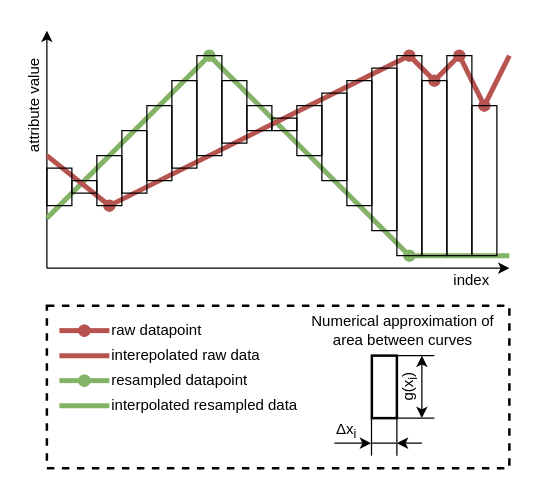
This is Riemann squared.drawio from AndrzejTunkiel/Tape, a draw.io file, before an edit. Source tidied: cells renumbered, new cells numbered last; positions are measured from the earlier drawing's top-left corner, leaving out a move shared by most shapes. Both pictures are drawn from the tidied source at 125%, with x=0, y=0 at pixel (-16, 30).
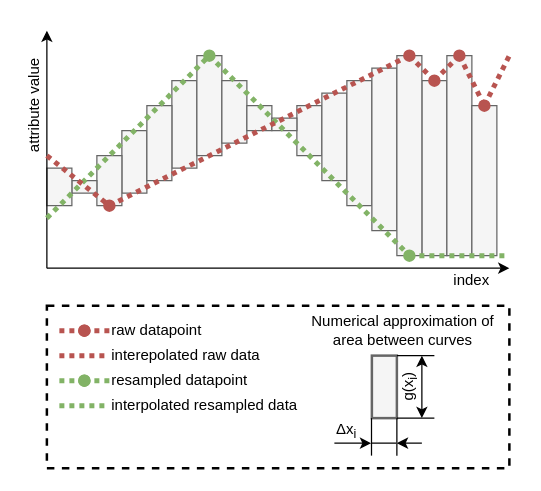
The same page after the edit.

What changed in the source:
```diff
@@
-    <mxCell id="2" style="rounded=0;whiteSpace=wrap;html=1;strokeWidth=2;fillColor=none;align=left;dashed=1;" parent="1" vertex="1">
-      <mxGeometry x="50" y="220" width="370" height="130" as="geometry" />
-    </mxCell>
-    <mxCell id="3" style="endArrow=classic;html=1;" parent="1" edge="1">
-      <mxGeometry relative="1" as="geometry">
-        <mxPoint x="50" y="190" as="sourcePoint" />
-        <mxPoint x="420" y="190" as="targetPoint" />
-      </mxGeometry>
-    </mxCell>
-    <mxCell id="4" style="endArrow=classic;html=1;" parent="1" edge="1">
-      <mxGeometry relative="1" as="geometry">
-        <mxPoint x="50" y="190" as="sourcePoint" />
-        <mxPoint x="50" as="targetPoint" />
-      </mxGeometry>
-    </mxCell>
-    <mxCell id="5" style="endArrow=oval;html=1;fillColor=#d5e8d4;strokeColor=#82b366;endFill=1;strokeWidth=4;" parent="1" edge="1">
-      <mxGeometry relative="1" as="geometry">
-        <mxPoint x="50" y="150" as="sourcePoint" />
-        <mxPoint x="180" y="20" as="targetPoint" />
-      </mxGeometry>
-    </mxCell>
-    <mxCell id="6" style="endArrow=oval;html=1;fillColor=#d5e8d4;strokeColor=#82b366;endFill=1;strokeWidth=4;" parent="1" edge="1">
-      <mxGeometry relative="1" as="geometry">
-        <mxPoint x="180" y="20" as="sourcePoint" />
-        <mxPoint x="340" y="180" as="targetPoint" />
-      </mxGeometry>
-    </mxCell>
-    <mxCell id="7" style="endArrow=oval;html=1;fillColor=#f8cecc;strokeColor=#b85450;endFill=1;strokeWidth=4;" parent="1" edge="1">
-      <mxGeometry relative="1" as="geometry">
-        <mxPoint x="50" y="100" as="sourcePoint" />
-        <mxPoint x="100" y="140" as="targetPoint" />
-      </mxGeometry>
-    </mxCell>
-    <mxCell id="8" style="endArrow=oval;html=1;fillColor=#f8cecc;strokeColor=#b85450;endFill=1;strokeWidth=4;" parent="1" edge="1">
-      <mxGeometry relative="1" as="geometry">
-        <mxPoint x="100" y="140" as="sourcePoint" />
-        <mxPoint x="340" y="20" as="targetPoint" />
-      </mxGeometry>
-    </mxCell>
-    <mxCell id="9" style="endArrow=none;html=1;fillColor=#d5e8d4;strokeColor=#82b366;endFill=0;exitX=0.5;exitY=1;exitDx=0;exitDy=0;strokeWidth=4;" parent="1" edge="1" source="28">
-      <mxGeometry relative="1" as="geometry">
-        <mxPoint x="420" y="180" as="targetPoint" />
-      </mxGeometry>
-    </mxCell>
-    <mxCell id="10" style="endArrow=oval;html=1;fillColor=#f8cecc;strokeColor=#b85450;endFill=1;strokeWidth=4;" parent="1" edge="1">
-      <mxGeometry relative="1" as="geometry">
-        <mxPoint x="340" y="20" as="sourcePoint" />
-        <mxPoint x="360" y="40" as="targetPoint" />
-      </mxGeometry>
-    </mxCell>
-    <mxCell id="11" style="endArrow=oval;html=1;fillColor=#f8cecc;strokeColor=#b85450;endFill=1;strokeWidth=4;" parent="1" edge="1">
-      <mxGeometry relative="1" as="geometry">
-        <mxPoint x="360" y="40" as="sourcePoint" />
-        <mxPoint x="380" y="20" as="targetPoint" />
-      </mxGeometry>
-    </mxCell>
-    <mxCell id="12" style="endArrow=oval;html=1;fillColor=#f8cecc;strokeColor=#b85450;endFill=1;strokeWidth=4;" parent="1" edge="1">
-      <mxGeometry relative="1" as="geometry">
-        <mxPoint x="380" y="20" as="sourcePoint" />
-        <mxPoint x="400" y="60" as="targetPoint" />
-      </mxGeometry>
-    </mxCell>
-    <mxCell id="13" style="endArrow=none;html=1;fillColor=#f8cecc;strokeColor=#b85450;endFill=0;strokeWidth=4;" parent="1" edge="1">
-      <mxGeometry relative="1" as="geometry">
-        <mxPoint x="400" y="60" as="sourcePoint" />
-        <mxPoint x="420" y="20" as="targetPoint" />
-      </mxGeometry>
-    </mxCell>
-    <mxCell id="14" style="rounded=0;whiteSpace=wrap;html=1;fillColor=none;" parent="1" vertex="1">
+    <mxCell id="14" style="rounded=0;whiteSpace=wrap;html=1;fillColor=#f5f5f5;strokeColor=#666666;fontColor=#333333;" parent="1" vertex="1">
       <mxGeometry x="150" y="40" width="20" height="70" as="geometry" />
     </mxCell>
-    <mxCell id="15" style="rounded=0;whiteSpace=wrap;html=1;fillColor=none;" parent="1" vertex="1">
+    <mxCell id="15" style="rounded=0;whiteSpace=wrap;html=1;fillColor=#f5f5f5;strokeColor=#666666;fontColor=#333333;" parent="1" vertex="1">
       <mxGeometry x="170" y="20" width="20" height="80" as="geometry" />
     </mxCell>
-    <mxCell id="16" style="rounded=0;whiteSpace=wrap;html=1;fillColor=none;" parent="1" vertex="1">
+    <mxCell id="16" style="rounded=0;whiteSpace=wrap;html=1;fillColor=#f5f5f5;strokeColor=#666666;fontColor=#333333;" parent="1" vertex="1">
       <mxGeometry x="350" y="40" width="20" height="140" as="geometry" />
     </mxCell>
-    <mxCell id="17" style="rounded=0;whiteSpace=wrap;html=1;fillColor=none;" parent="1" vertex="1">
+    <mxCell id="17" style="rounded=0;whiteSpace=wrap;html=1;fillColor=#f5f5f5;strokeColor=#666666;fontColor=#333333;" parent="1" vertex="1">
       <mxGeometry x="370" y="20" width="20" height="160" as="geometry" />
     </mxCell>
-    <mxCell id="18" style="rounded=0;whiteSpace=wrap;html=1;fillColor=none;" parent="1" vertex="1">
+    <mxCell id="18" style="rounded=0;whiteSpace=wrap;html=1;fillColor=#f5f5f5;strokeColor=#666666;fontColor=#333333;" parent="1" vertex="1">
       <mxGeometry x="390" y="60" width="20" height="120" as="geometry" />
     </mxCell>
-    <mxCell id="19" style="rounded=0;whiteSpace=wrap;html=1;fillColor=none;" parent="1" vertex="1">
+    <mxCell id="19" style="rounded=0;whiteSpace=wrap;html=1;fillColor=#f5f5f5;strokeColor=#666666;fontColor=#333333;" parent="1" vertex="1">
       <mxGeometry x="110" y="80" width="20" height="50" as="geometry" />
     </mxCell>
-    <mxCell id="20" style="rounded=0;whiteSpace=wrap;html=1;fillColor=none;" parent="1" vertex="1">
+    <mxCell id="20" style="rounded=0;whiteSpace=wrap;html=1;fillColor=#f5f5f5;strokeColor=#666666;fontColor=#333333;" parent="1" vertex="1">
       <mxGeometry x="90" y="100" width="20" height="40" as="geometry" />
     </mxCell>
-    <mxCell id="21" style="rounded=0;whiteSpace=wrap;html=1;fillColor=none;" parent="1" vertex="1">
+    <mxCell id="21" style="rounded=0;whiteSpace=wrap;html=1;fillColor=#f5f5f5;strokeColor=#666666;fontColor=#333333;" parent="1" vertex="1">
       <mxGeometry x="130" y="60" width="20" height="60" as="geometry" />
     </mxCell>
-    <mxCell id="22" style="rounded=0;whiteSpace=wrap;html=1;fillColor=none;" parent="1" vertex="1">
+    <mxCell id="22" style="rounded=0;whiteSpace=wrap;html=1;fillColor=#f5f5f5;strokeColor=#666666;fontColor=#333333;" parent="1" vertex="1">
       <mxGeometry x="190" y="40" width="20" height="50" as="geometry" />
     </mxCell>
-    <mxCell id="23" style="rounded=0;whiteSpace=wrap;html=1;fillColor=none;" parent="1" vertex="1">
+    <mxCell id="23" style="rounded=0;whiteSpace=wrap;html=1;fillColor=#f5f5f5;strokeColor=#666666;fontColor=#333333;" parent="1" vertex="1">
       <mxGeometry x="210" y="60" width="20" height="20" as="geometry" />
     </mxCell>
-    <mxCell id="24" style="rounded=0;whiteSpace=wrap;html=1;fillColor=none;" parent="1" vertex="1">
+    <mxCell id="24" style="rounded=0;whiteSpace=wrap;html=1;fillColor=#f5f5f5;strokeColor=#666666;fontColor=#333333;" parent="1" vertex="1">
       <mxGeometry x="250" y="60" width="20" height="40" as="geometry" />
     </mxCell>
-    <mxCell id="25" style="rounded=0;whiteSpace=wrap;html=1;fillColor=none;" parent="1" vertex="1">
+    <mxCell id="25" style="rounded=0;whiteSpace=wrap;html=1;fillColor=#f5f5f5;strokeColor=#666666;fontColor=#333333;" parent="1" vertex="1">
       <mxGeometry x="270" y="50" width="20" height="70" as="geometry" />
     </mxCell>
-    <mxCell id="26" style="rounded=0;whiteSpace=wrap;html=1;fillColor=none;" parent="1" vertex="1">
+    <mxCell id="26" style="rounded=0;whiteSpace=wrap;html=1;fillColor=#f5f5f5;strokeColor=#666666;fontColor=#333333;" parent="1" vertex="1">
       <mxGeometry x="290" y="40" width="20" height="100" as="geometry" />
     </mxCell>
-    <mxCell id="27" style="rounded=0;whiteSpace=wrap;html=1;fillColor=none;" parent="1" vertex="1">
+    <mxCell id="27" style="rounded=0;whiteSpace=wrap;html=1;fillColor=#f5f5f5;strokeColor=#666666;fontColor=#333333;" parent="1" vertex="1">
       <mxGeometry x="310" y="30" width="20" height="130" as="geometry" />
     </mxCell>
-    <mxCell id="28" style="rounded=0;whiteSpace=wrap;html=1;fillColor=none;" parent="1" vertex="1">
+    <mxCell id="28" style="rounded=0;whiteSpace=wrap;html=1;fillColor=#f5f5f5;strokeColor=#666666;fontColor=#333333;" parent="1" vertex="1">
       <mxGeometry x="330" y="20" width="20" height="160" as="geometry" />
     </mxCell>
-    <mxCell id="29" style="rounded=0;whiteSpace=wrap;html=1;fillColor=none;" parent="1" vertex="1">
+    <mxCell id="29" style="rounded=0;whiteSpace=wrap;html=1;fillColor=#f5f5f5;strokeColor=#666666;fontColor=#333333;" parent="1" vertex="1">
       <mxGeometry x="70" y="120" width="20" height="10" as="geometry" />
     </mxCell>
-    <mxCell id="30" style="rounded=0;whiteSpace=wrap;html=1;fillColor=none;" parent="1" vertex="1">
+    <mxCell id="30" style="rounded=0;whiteSpace=wrap;html=1;fillColor=#f5f5f5;strokeColor=#666666;fontColor=#333333;" parent="1" vertex="1">
       <mxGeometry x="50" y="110" width="20" height="30" as="geometry" />
     </mxCell>
-    <mxCell id="31" style="rounded=0;whiteSpace=wrap;html=1;fillColor=none;" parent="1" vertex="1">
+    <mxCell id="31" style="rounded=0;whiteSpace=wrap;html=1;fillColor=#f5f5f5;strokeColor=#666666;fontColor=#333333;" parent="1" vertex="1">
       <mxGeometry x="230" y="70" width="20" height="10" as="geometry" />
     </mxCell>
+    <mxCell id="2" style="rounded=0;whiteSpace=wrap;html=1;strokeWidth=2;fillColor=none;align=left;dashed=1;" parent="1" vertex="1">
+      <mxGeometry x="50" y="220" width="370" height="130" as="geometry" />
+    </mxCell>
+    <mxCell id="3" style="endArrow=classic;html=1;" parent="1" edge="1">
+      <mxGeometry relative="1" as="geometry">
+        <mxPoint x="50" y="190" as="sourcePoint" />
+        <mxPoint x="420" y="190" as="targetPoint" />
+      </mxGeometry>
+    </mxCell>
+    <mxCell id="4" style="endArrow=classic;html=1;" parent="1" edge="1">
+      <mxGeometry relative="1" as="geometry">
+        <mxPoint x="50" y="190" as="sourcePoint" />
+        <mxPoint x="50" as="targetPoint" />
+      </mxGeometry>
+    </mxCell>
+    <mxCell id="5" style="endArrow=oval;html=1;fillColor=#d5e8d4;strokeColor=#82b366;endFill=1;strokeWidth=4;dashed=1;dashPattern=1 1;" parent="1" edge="1">
+      <mxGeometry relative="1" as="geometry">
+        <mxPoint x="50" y="150" as="sourcePoint" />
+        <mxPoint x="180" y="20" as="targetPoint" />
+      </mxGeometry>
+    </mxCell>
+    <mxCell id="6" style="endArrow=oval;html=1;fillColor=#d5e8d4;strokeColor=#82b366;endFill=1;strokeWidth=4;dashed=1;dashPattern=1 1;" parent="1" edge="1">
+      <mxGeometry relative="1" as="geometry">
+        <mxPoint x="180" y="20" as="sourcePoint" />
+        <mxPoint x="340" y="180" as="targetPoint" />
+      </mxGeometry>
+    </mxCell>
+    <mxCell id="7" style="endArrow=oval;html=1;fillColor=#f8cecc;strokeColor=#b85450;endFill=1;strokeWidth=4;dashed=1;dashPattern=1 1;" parent="1" edge="1">
+      <mxGeometry relative="1" as="geometry">
+        <mxPoint x="50" y="100" as="sourcePoint" />
+        <mxPoint x="100" y="140" as="targetPoint" />
+      </mxGeometry>
+    </mxCell>
+    <mxCell id="8" style="endArrow=oval;html=1;fillColor=#f8cecc;strokeColor=#b85450;endFill=1;strokeWidth=4;dashed=1;dashPattern=1 1;" parent="1" edge="1">
+      <mxGeometry relative="1" as="geometry">
+        <mxPoint x="100" y="140" as="sourcePoint" />
+        <mxPoint x="340" y="20" as="targetPoint" />
+      </mxGeometry>
+    </mxCell>
+    <mxCell id="9" style="endArrow=none;html=1;fillColor=#d5e8d4;strokeColor=#82b366;endFill=0;exitX=0.5;exitY=1;exitDx=0;exitDy=0;strokeWidth=4;dashed=1;dashPattern=1 1;" parent="1" edge="1" source="28">
+      <mxGeometry relative="1" as="geometry">
+        <mxPoint x="420" y="180" as="targetPoint" />
+      </mxGeometry>
+    </mxCell>
+    <mxCell id="10" style="endArrow=oval;html=1;fillColor=#f8cecc;strokeColor=#b85450;endFill=1;strokeWidth=4;dashed=1;dashPattern=1 1;" parent="1" edge="1">
+      <mxGeometry relative="1" as="geometry">
+        <mxPoint x="340" y="20" as="sourcePoint" />
+        <mxPoint x="360" y="40" as="targetPoint" />
+      </mxGeometry>
+    </mxCell>
+    <mxCell id="11" style="endArrow=oval;html=1;fillColor=#f8cecc;strokeColor=#b85450;endFill=1;strokeWidth=4;dashed=1;dashPattern=1 1;" parent="1" edge="1">
+      <mxGeometry relative="1" as="geometry">
+        <mxPoint x="360" y="40" as="sourcePoint" />
+        <mxPoint x="380" y="20" as="targetPoint" />
+      </mxGeometry>
+    </mxCell>
+    <mxCell id="12" style="endArrow=oval;html=1;fillColor=#f8cecc;strokeColor=#b85450;endFill=1;strokeWidth=4;dashed=1;dashPattern=1 1;" parent="1" edge="1">
+      <mxGeometry relative="1" as="geometry">
+        <mxPoint x="380" y="20" as="sourcePoint" />
+        <mxPoint x="400" y="60" as="targetPoint" />
+      </mxGeometry>
+    </mxCell>
+    <mxCell id="13" style="endArrow=none;html=1;fillColor=#f8cecc;strokeColor=#b85450;endFill=0;strokeWidth=4;dashed=1;dashPattern=1 1;" parent="1" edge="1">
+      <mxGeometry relative="1" as="geometry">
+        <mxPoint x="400" y="60" as="sourcePoint" />
+        <mxPoint x="420" y="20" as="targetPoint" />
+      </mxGeometry>
+    </mxCell>
-    <mxCell id="32" style="endArrow=none;html=1;fillColor=#d5e8d4;strokeColor=#82b366;endFill=0;strokeWidth=4;" parent="1" edge="1">
+    <mxCell id="32" style="endArrow=none;html=1;fillColor=#d5e8d4;strokeColor=#82b366;endFill=0;strokeWidth=4;dashed=1;dashPattern=1 1;" parent="1" edge="1">
       <mxGeometry relative="1" as="geometry">
         <mxPoint x="60" y="300.1" as="sourcePoint" />
         <mxPoint x="100" y="300.1" as="targetPoint" />
       </mxGeometry>
     </mxCell>
-    <mxCell id="33" style="endArrow=oval;html=1;fillColor=#d5e8d4;strokeColor=#82b366;endFill=1;strokeWidth=4;" parent="1" edge="1">
+    <mxCell id="33" style="endArrow=oval;html=1;fillColor=#d5e8d4;strokeColor=#82b366;endFill=1;strokeWidth=4;dashed=1;dashPattern=1 1;" parent="1" edge="1">
       <mxGeometry relative="1" as="geometry">
         <mxPoint x="60" y="280" as="sourcePoint" />
         <mxPoint x="80" y="280" as="targetPoint" />
       </mxGeometry>
     </mxCell>
-    <mxCell id="34" style="endArrow=none;html=1;fillColor=#f8cecc;strokeColor=#b85450;endFill=0;strokeWidth=4;" parent="1" edge="1">
+    <mxCell id="34" style="endArrow=none;html=1;fillColor=#f8cecc;strokeColor=#b85450;endFill=0;strokeWidth=4;dashed=1;dashPattern=1 1;" parent="1" edge="1">
       <mxGeometry relative="1" as="geometry">
         <mxPoint x="60" y="260" as="sourcePoint" />
         <mxPoint x="100" y="260" as="targetPoint" />
       </mxGeometry>
     </mxCell>
-    <mxCell id="35" style="endArrow=oval;html=1;fillColor=#d5e8d4;strokeColor=#82b366;endFill=1;strokeWidth=4;" parent="1" edge="1">
+    <mxCell id="35" style="endArrow=oval;html=1;fillColor=#d5e8d4;strokeColor=#82b366;endFill=1;strokeWidth=4;dashed=1;dashPattern=1 1;" parent="1" edge="1">
       <mxGeometry relative="1" as="geometry">
         <mxPoint x="100" y="280" as="sourcePoint" />
         <mxPoint x="80" y="280" as="targetPoint" />
       </mxGeometry>
     </mxCell>
-    <mxCell id="36" style="endArrow=oval;html=1;fillColor=#f8cecc;strokeColor=#b85450;endFill=1;strokeWidth=4;" parent="1" edge="1">
+    <mxCell id="36" style="endArrow=oval;html=1;fillColor=#f8cecc;strokeColor=#b85450;endFill=1;strokeWidth=4;dashed=1;dashPattern=1 1;" parent="1" edge="1">
       <mxGeometry relative="1" as="geometry">
         <mxPoint x="60" y="240" as="sourcePoint" />
         <mxPoint x="80" y="240" as="targetPoint" />
       </mxGeometry>
     </mxCell>
-    <mxCell id="37" style="endArrow=oval;html=1;fillColor=#f8cecc;strokeColor=#b85450;endFill=1;strokeWidth=4;" parent="1" edge="1">
+    <mxCell id="37" style="endArrow=oval;html=1;fillColor=#f8cecc;strokeColor=#b85450;endFill=1;strokeWidth=4;dashed=1;dashPattern=1 1;" parent="1" edge="1">
       <mxGeometry relative="1" as="geometry">
         <mxPoint x="100" y="240" as="sourcePoint" />
         <mxPoint x="80" y="240" as="targetPoint" />
       </mxGeometry>
     </mxCell>
-    <mxCell id="38" style="rounded=0;whiteSpace=wrap;html=1;fillColor=none;strokeWidth=2;" parent="1" vertex="1">
+    <mxCell id="38" style="rounded=0;whiteSpace=wrap;html=1;fillColor=#f5f5f5;strokeWidth=2;strokeColor=#666666;fontColor=#333333;" parent="1" vertex="1">
       <mxGeometry x="310" y="260" width="20" height="50" as="geometry" />
     </mxCell>
```
